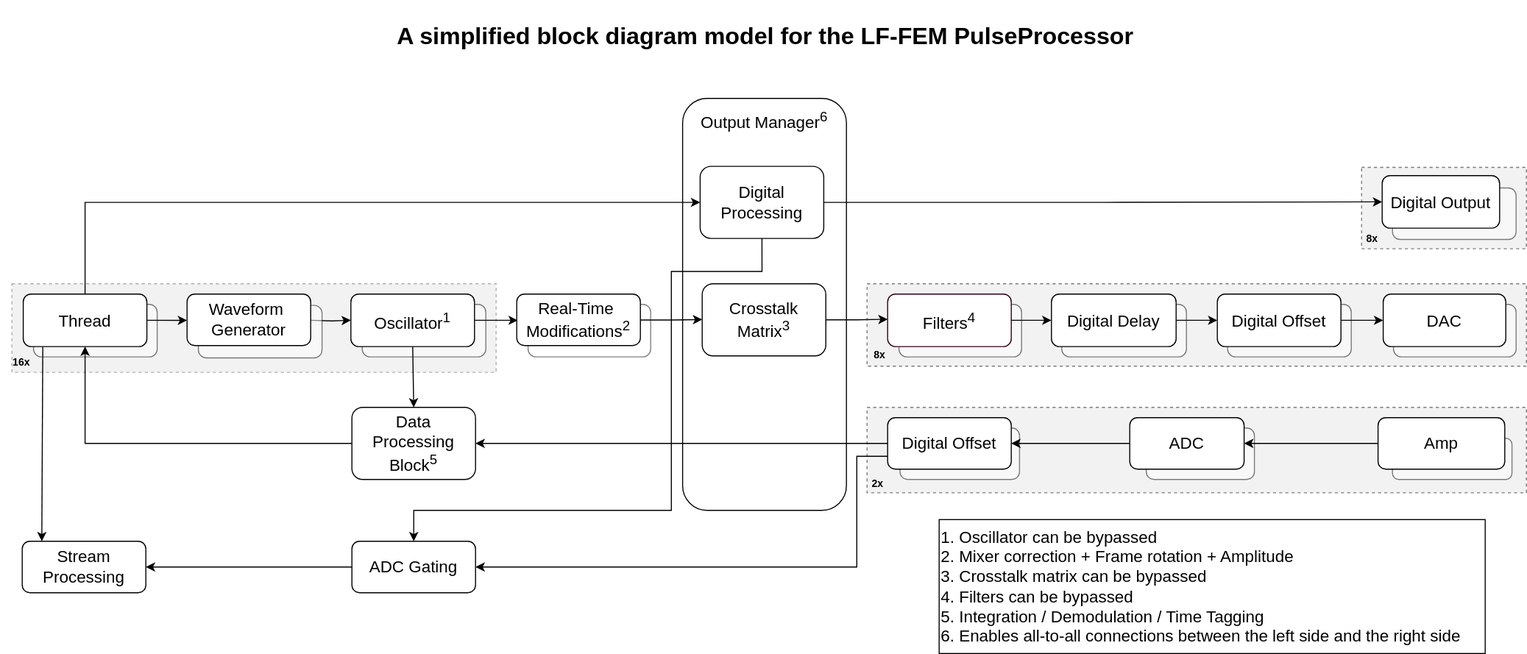
The draw.io diagram docs/Hardware/assets/LF-FEM_PPU_Block_Diagram.svg in qm-labs/qm-documentation-public, before a commit. Source tidied: cells renumbered, new cells last; positions are measured from the earlier drawing's top-left corner, leaving out a move shared by most shapes. Its diagram source:
```xml
<mxGraphModel>
  <root>
    <mxCell id="0" />
    <mxCell id="1" parent="0" />
    <mxCell id="2" style="rounded=0;whiteSpace=wrap;html=1;fontSize=12;strokeColor=default;opacity=50;dashed=1;fillColor=#E6E6E6;" parent="1" vertex="1">
      <mxGeometry x="841" y="395" width="640" height="83" as="geometry" />
    </mxCell>
    <mxCell id="3" value="00" style="rounded=0;whiteSpace=wrap;html=1;fontSize=12;strokeColor=default;opacity=50;dashed=1;fillColor=#E6E6E6;" parent="1" vertex="1">
      <mxGeometry x="1321" y="162" width="160" height="79" as="geometry" />
    </mxCell>
    <mxCell id="4" style="rounded=0;whiteSpace=wrap;html=1;fontSize=12;strokeColor=default;opacity=50;dashed=1;fillColor=#E6E6E6;" parent="1" vertex="1">
      <mxGeometry x="841" y="275" width="640" height="80" as="geometry" />
    </mxCell>
    <mxCell id="5" style="rounded=0;whiteSpace=wrap;html=1;fontSize=12;strokeColor=#666666;opacity=50;dashed=1;fillColor=#E6E6E6;fontColor=#333333;" parent="1" vertex="1">
      <mxGeometry x="11" y="275" width="470" height="86" as="geometry" />
    </mxCell>
    <mxCell id="6" style="rounded=1;whiteSpace=wrap;html=1;opacity=50;" parent="1" vertex="1">
      <mxGeometry x="1351" y="182" width="120" height="50" as="geometry" />
    </mxCell>
    <mxCell id="7" style="rounded=1;whiteSpace=wrap;html=1;opacity=50;" parent="1" vertex="1">
      <mxGeometry x="1191" y="295" width="120" height="51" as="geometry" />
    </mxCell>
    <mxCell id="8" style="rounded=1;whiteSpace=wrap;html=1;opacity=50;" parent="1" vertex="1">
      <mxGeometry x="1352" y="295" width="119" height="51" as="geometry" />
    </mxCell>
    <mxCell id="9" style="rounded=1;whiteSpace=wrap;html=1;" parent="1" vertex="1">
      <mxGeometry x="662" y="95" width="159" height="400" as="geometry" />
    </mxCell>
    <mxCell id="10" style="rounded=1;whiteSpace=wrap;html=1;opacity=50;" parent="1" vertex="1">
      <mxGeometry x="872" y="295" width="119" height="51" as="geometry" />
    </mxCell>
    <mxCell id="11" style="rounded=1;whiteSpace=wrap;html=1;opacity=50;" parent="1" vertex="1">
      <mxGeometry x="351" y="295" width="120" height="51" as="geometry" />
    </mxCell>
    <mxCell id="12" style="rounded=1;whiteSpace=wrap;html=1;opacity=50;" parent="1" vertex="1">
      <mxGeometry x="512" y="295" width="119" height="51" as="geometry" />
    </mxCell>
    <mxCell id="13" style="rounded=1;whiteSpace=wrap;html=1;opacity=50;" parent="1" vertex="1">
      <mxGeometry x="32" y="295" width="120" height="51" as="geometry" />
    </mxCell>
    <mxCell id="14" style="edgeStyle=orthogonalEdgeStyle;rounded=0;jettySize=auto;html=1;entryX=0;entryY=0.5;entryDx=0;entryDy=0;" parent="1" edge="1" source="16">
      <mxGeometry relative="1" as="geometry">
        <mxPoint x="502" y="310.5" as="targetPoint" />
      </mxGeometry>
    </mxCell>
    <mxCell id="15" style="edgeStyle=orthogonalEdgeStyle;rounded=0;jettySize=auto;html=1;exitX=0.5;exitY=1;exitDx=0;exitDy=0;entryX=0.5;entryY=0;entryDx=0;entryDy=0;" parent="1" edge="1" source="16" target="37">
      <mxGeometry relative="1" as="geometry">
        <Array as="points">
          <mxPoint x="401" y="336" />
        </Array>
      </mxGeometry>
    </mxCell>
    <mxCell id="16" value="&lt;font style=&quot;font-size: 16px;&quot;&gt;Oscillator&lt;sup style=&quot;&quot;&gt;1&lt;/sup&gt;&lt;/font&gt;" style="rounded=1;whiteSpace=wrap;html=1;strokeColor=#000000;" parent="1" vertex="1">
      <mxGeometry x="340" y="285" width="120" height="51" as="geometry" />
    </mxCell>
    <mxCell id="17" style="edgeStyle=orthogonalEdgeStyle;rounded=0;orthogonalLoop=1;jettySize=auto;html=1;exitX=1;exitY=0.5;exitDx=0;exitDy=0;entryX=0;entryY=0.5;entryDx=0;entryDy=0;" parent="1" edge="1">
      <mxGeometry relative="1" as="geometry">
        <mxPoint x="801" y="315" as="sourcePoint" />
        <mxPoint x="861" y="309.5" as="targetPoint" />
        <Array as="points">
          <mxPoint x="801" y="310" />
          <mxPoint x="831" y="310" />
        </Array>
      </mxGeometry>
    </mxCell>
    <mxCell id="18" value="&lt;font style=&quot;font-size: 16px;&quot;&gt;Crosstalk Matrix&lt;sup&gt;3&lt;/sup&gt;&lt;/font&gt;" style="rounded=1;whiteSpace=wrap;html=1;strokeColor=#000000;" parent="1" vertex="1">
      <mxGeometry x="681" y="275" width="120" height="70" as="geometry" />
    </mxCell>
    <mxCell id="19" style="edgeStyle=orthogonalEdgeStyle;rounded=0;jettySize=auto;html=1;" parent="1" edge="1" target="16">
      <mxGeometry relative="1" as="geometry">
        <mxPoint x="301" y="310.5" as="sourcePoint" />
      </mxGeometry>
    </mxCell>
    <mxCell id="20" style="edgeStyle=orthogonalEdgeStyle;rounded=0;jettySize=auto;html=1;exitX=0.5;exitY=0;exitDx=0;exitDy=0;entryX=0;entryY=0.5;entryDx=0;entryDy=0;" parent="1" edge="1" source="21" target="29">
      <mxGeometry relative="1" as="geometry" />
    </mxCell>
    <mxCell id="21" value="&lt;font style=&quot;font-size: 16px;&quot;&gt;Thread&lt;/font&gt;" style="rounded=1;whiteSpace=wrap;html=1;strokeColor=#000000;" parent="1" vertex="1">
      <mxGeometry x="22" y="285" width="120" height="51" as="geometry" />
    </mxCell>
    <mxCell id="22" value="&lt;font style=&quot;font-size: 10px;&quot;&gt;&lt;b style=&quot;font-size: 10px;&quot;&gt;16x&lt;/b&gt;&lt;/font&gt;" style="text;html=1;align=center;verticalAlign=middle;strokeColor=none;fillColor=none;fontStyle=0;fontSize=10;" parent="1" vertex="1">
      <mxGeometry y="336" width="40" height="30" as="geometry" />
    </mxCell>
    <mxCell id="23" value="&lt;font style=&quot;font-size: 16px;&quot;&gt;Filters&lt;sup style=&quot;&quot;&gt;4&lt;/sup&gt;&lt;/font&gt;" style="rounded=1;whiteSpace=wrap;html=1;strokeColor=#33001A;fontSize=16;" parent="1" vertex="1">
      <mxGeometry x="861" y="285" width="120" height="51" as="geometry" />
    </mxCell>
    <mxCell id="24" value="&lt;font style=&quot;font-size: 16px;&quot;&gt;DAC&lt;/font&gt;" style="rounded=1;whiteSpace=wrap;html=1;" parent="1" vertex="1">
      <mxGeometry x="1342" y="285" width="119" height="51" as="geometry" />
    </mxCell>
    <mxCell id="25" value="&lt;span style=&quot;font-size: 10px;&quot;&gt;&lt;b&gt;8x&lt;/b&gt;&lt;/span&gt;" style="text;html=1;align=center;verticalAlign=middle;strokeColor=none;fillColor=none;" parent="1" vertex="1">
      <mxGeometry x="833" y="329" width="40" height="30" as="geometry" />
    </mxCell>
    <mxCell id="26" value="&lt;font style=&quot;font-size: 16px;&quot;&gt;Output Manager&lt;sup&gt;6&lt;/sup&gt;&lt;/font&gt;" style="text;html=1;align=center;verticalAlign=middle;strokeColor=none;fillColor=none;" parent="1" vertex="1">
      <mxGeometry x="666" y="96" width="150" height="40" as="geometry" />
    </mxCell>
    <mxCell id="27" style="edgeStyle=orthogonalEdgeStyle;rounded=0;jettySize=auto;html=1;exitX=1;exitY=0.5;exitDx=0;exitDy=0;entryX=0;entryY=0.5;entryDx=0;entryDy=0;" parent="1" edge="1" source="29" target="30">
      <mxGeometry relative="1" as="geometry" />
    </mxCell>
    <mxCell id="28" style="edgeStyle=orthogonalEdgeStyle;rounded=0;jettySize=auto;html=1;exitX=0.5;exitY=1;exitDx=0;exitDy=0;fontSize=11;entryX=0.5;entryY=0;entryDx=0;entryDy=0;" parent="1" edge="1" source="29" target="41">
      <mxGeometry relative="1" as="geometry">
        <Array as="points">
          <mxPoint x="739" y="263" />
          <mxPoint x="651" y="263" />
          <mxPoint x="651" y="495" />
          <mxPoint x="401" y="495" />
        </Array>
      </mxGeometry>
    </mxCell>
    <mxCell id="29" value="&lt;font style=&quot;font-size: 16px;&quot;&gt;Digital Processing&lt;/font&gt;" style="rounded=1;whiteSpace=wrap;html=1;" parent="1" vertex="1">
      <mxGeometry x="679" y="161" width="120" height="70" as="geometry" />
    </mxCell>
    <mxCell id="30" value="&lt;font style=&quot;font-size: 16px;&quot;&gt;Digital Output&lt;/font&gt;" style="rounded=1;whiteSpace=wrap;html=1;" parent="1" vertex="1">
      <mxGeometry x="1341" y="170" width="114" height="51" as="geometry" />
    </mxCell>
    <mxCell id="31" style="edgeStyle=orthogonalEdgeStyle;rounded=0;jettySize=auto;html=1;exitX=1;exitY=0.5;exitDx=0;exitDy=0;entryX=0;entryY=0.5;entryDx=0;entryDy=0;" parent="1" edge="1" source="32" target="24">
      <mxGeometry relative="1" as="geometry" />
    </mxCell>
    <mxCell id="32" value="&lt;font style=&quot;font-size: 16px;&quot;&gt;Digital Offset&lt;/font&gt;" style="rounded=1;whiteSpace=wrap;html=1;" parent="1" vertex="1">
      <mxGeometry x="1181" y="285" width="120" height="51" as="geometry" />
    </mxCell>
    <mxCell id="33" value="&lt;font style=&quot;font-size: 10px;&quot;&gt;&lt;b&gt;8x&lt;/b&gt;&lt;/font&gt;" style="text;html=1;align=center;verticalAlign=middle;strokeColor=none;fillColor=none;" parent="1" vertex="1">
      <mxGeometry x="1316" y="216" width="30" height="30" as="geometry" />
    </mxCell>
    <mxCell id="34" style="edgeStyle=orthogonalEdgeStyle;rounded=0;jettySize=auto;html=1;exitX=0;exitY=0.5;exitDx=0;exitDy=0;entryX=1;entryY=0.5;entryDx=0;entryDy=0;" parent="1" edge="1" source="54" target="37">
      <mxGeometry relative="1" as="geometry" />
    </mxCell>
    <mxCell id="35" style="edgeStyle=orthogonalEdgeStyle;rounded=0;jettySize=auto;html=1;exitX=0;exitY=0.75;exitDx=0;exitDy=0;entryX=1;entryY=0.5;entryDx=0;entryDy=0;fontSize=11;" parent="1" edge="1" source="54" target="41">
      <mxGeometry relative="1" as="geometry">
        <Array as="points">
          <mxPoint x="831" y="443" />
          <mxPoint x="831" y="550" />
        </Array>
      </mxGeometry>
    </mxCell>
    <mxCell id="36" style="edgeStyle=orthogonalEdgeStyle;rounded=0;jettySize=auto;html=1;exitX=0;exitY=0.5;exitDx=0;exitDy=0;entryX=0.5;entryY=1;entryDx=0;entryDy=0;" parent="1" edge="1" source="37" target="21">
      <mxGeometry relative="1" as="geometry" />
    </mxCell>
    <mxCell id="37" value="&lt;font style=&quot;font-size: 16px;&quot;&gt;&lt;font style=&quot;font-size: 16px;&quot;&gt;Data &lt;br&gt;Processing&lt;br&gt;Block&lt;sup style=&quot;&quot;&gt;5&lt;/sup&gt;&lt;/font&gt;&lt;br&gt;&lt;/font&gt;" style="rounded=1;whiteSpace=wrap;html=1;" parent="1" vertex="1">
      <mxGeometry x="341" y="395" width="120" height="70" as="geometry" />
    </mxCell>
    <mxCell id="38" value="&lt;div align=&quot;left&quot; style=&quot;font-size: 16px;&quot;&gt;&lt;font style=&quot;font-size: 16px;&quot;&gt;1. Oscillator can be bypassed&lt;br&gt;2. Mixer correction + Frame rotation + Amplitude&lt;br&gt;3. Crosstalk matrix can be bypassed&lt;br&gt;4. Filters can be bypassed&lt;br&gt;5. Integration / Demodulation / Time Tagging&lt;/font&gt;&lt;/div&gt;&lt;div align=&quot;left&quot; style=&quot;font-size: 16px;&quot;&gt;&lt;font style=&quot;font-size: 16px;&quot;&gt;6. Enables all-to-all connections between the left side and the right side&lt;/font&gt;&lt;/div&gt;" style="text;html=1;align=left;verticalAlign=middle;strokeColor=default;fillColor=none;" parent="1" vertex="1">
      <mxGeometry x="911" y="504" width="530" height="130" as="geometry" />
    </mxCell>
    <mxCell id="39" value="&lt;font style=&quot;font-size: 16px;&quot;&gt;Stream Processing&lt;/font&gt;" style="rounded=1;whiteSpace=wrap;html=1;" parent="1" vertex="1">
      <mxGeometry x="21" y="525" width="120" height="50" as="geometry" />
    </mxCell>
    <mxCell id="40" style="edgeStyle=orthogonalEdgeStyle;rounded=0;jettySize=auto;html=1;exitX=0;exitY=0.5;exitDx=0;exitDy=0;entryX=1;entryY=0.5;entryDx=0;entryDy=0;fontSize=11;" parent="1" edge="1" source="41" target="39">
      <mxGeometry relative="1" as="geometry" />
    </mxCell>
    <mxCell id="41" value="&lt;font style=&quot;font-size: 16px;&quot;&gt;ADC Gating&lt;/font&gt;" style="rounded=1;whiteSpace=wrap;html=1;" parent="1" vertex="1">
      <mxGeometry x="341" y="525" width="120" height="50" as="geometry" />
    </mxCell>
    <mxCell id="42" value="&lt;font style=&quot;font-size: 10px;&quot;&gt;&lt;b&gt;2x&lt;/b&gt;&lt;/font&gt;" style="text;html=1;align=center;verticalAlign=middle;strokeColor=none;fillColor=none;" parent="1" vertex="1">
      <mxGeometry x="836" y="454" width="30" height="30" as="geometry" />
    </mxCell>
    <mxCell id="43" value="&lt;h2 style=&quot;&quot;&gt;&lt;font style=&quot;font-size: 23px;&quot;&gt;A simplified block diagram model for the LF-FEM PulseProcessor&lt;/font&gt;&lt;/h2&gt;" style="text;html=1;align=center;verticalAlign=middle;strokeColor=none;fillColor=none;fontSize=11;" parent="1" vertex="1">
      <mxGeometry x="371.5" width="740" height="70" as="geometry" />
    </mxCell>
    <mxCell id="44" style="rounded=1;whiteSpace=wrap;html=1;opacity=50;" parent="1" vertex="1">
      <mxGeometry x="1030" y="295" width="121" height="51" as="geometry" />
    </mxCell>
    <mxCell id="45" style="edgeStyle=orthogonalEdgeStyle;rounded=0;jettySize=auto;html=1;exitX=1;exitY=0.5;exitDx=0;exitDy=0;entryX=0;entryY=0.5;entryDx=0;entryDy=0;" parent="1" edge="1" source="46" target="32">
      <mxGeometry relative="1" as="geometry" />
    </mxCell>
    <mxCell id="46" value="&lt;font style=&quot;font-size: 16px;&quot;&gt;Digital Delay&lt;/font&gt;" style="rounded=1;whiteSpace=wrap;html=1;" parent="1" vertex="1">
      <mxGeometry x="1020" y="285" width="121" height="51" as="geometry" />
    </mxCell>
    <mxCell id="47" style="edgeStyle=orthogonalEdgeStyle;rounded=0;jettySize=auto;html=1;entryX=0;entryY=0.5;entryDx=0;entryDy=0;exitX=1;exitY=0.5;exitDx=0;exitDy=0;" parent="1" edge="1" source="23" target="46">
      <mxGeometry relative="1" as="geometry" />
    </mxCell>
    <mxCell id="48" style="rounded=1;whiteSpace=wrap;html=1;opacity=50;" parent="1" vertex="1">
      <mxGeometry x="1351" y="425" width="116" height="40" as="geometry" />
    </mxCell>
    <mxCell id="49" style="rounded=1;whiteSpace=wrap;html=1;opacity=50;" parent="1" vertex="1">
      <mxGeometry x="1112" y="415" width="105" height="50" as="geometry" />
    </mxCell>
    <mxCell id="50" style="rounded=1;whiteSpace=wrap;html=1;opacity=50;" parent="1" vertex="1">
      <mxGeometry x="873" y="415" width="116" height="50" as="geometry" />
    </mxCell>
    <mxCell id="51" value="&lt;font style=&quot;font-size: 16px;&quot;&gt;ADC&lt;/font&gt;" style="rounded=1;whiteSpace=wrap;html=1;" parent="1" vertex="1">
      <mxGeometry x="1096" y="405" width="111" height="50" as="geometry" />
    </mxCell>
    <mxCell id="52" style="edgeStyle=orthogonalEdgeStyle;rounded=0;jettySize=auto;html=1;entryX=1;entryY=0.5;entryDx=0;entryDy=0;" parent="1" edge="1" source="53" target="51">
      <mxGeometry relative="1" as="geometry" />
    </mxCell>
    <mxCell id="53" value="&lt;font style=&quot;font-size: 16px;&quot;&gt;Amp&lt;/font&gt;" style="rounded=1;whiteSpace=wrap;html=1;" parent="1" vertex="1">
      <mxGeometry x="1337" y="405" width="123" height="50" as="geometry" />
    </mxCell>
    <mxCell id="54" value="&lt;font style=&quot;font-size: 16px;&quot;&gt;Digital Offset&lt;/font&gt;" style="rounded=1;whiteSpace=wrap;html=1;fontSize=16;" parent="1" vertex="1">
      <mxGeometry x="861" y="405" width="120" height="50" as="geometry" />
    </mxCell>
    <mxCell id="55" style="edgeStyle=orthogonalEdgeStyle;rounded=0;jettySize=auto;html=1;" parent="1" edge="1" source="51" target="54">
      <mxGeometry relative="1" as="geometry" />
    </mxCell>
    <mxCell id="56" style="edgeStyle=orthogonalEdgeStyle;rounded=0;orthogonalLoop=1;jettySize=auto;html=1;exitX=1;exitY=0.5;exitDx=0;exitDy=0;entryX=0;entryY=0.5;entryDx=0;entryDy=0;" parent="1" edge="1">
      <mxGeometry relative="1" as="geometry">
        <mxPoint x="621" y="315.2" as="sourcePoint" />
        <mxPoint x="681" y="309.8" as="targetPoint" />
        <Array as="points">
          <mxPoint x="621" y="310.2" />
          <mxPoint x="651" y="310.2" />
        </Array>
      </mxGeometry>
    </mxCell>
    <mxCell id="57" style="rounded=1;whiteSpace=wrap;html=1;opacity=50;" parent="1" vertex="1">
      <mxGeometry x="192" y="296" width="120" height="51" as="geometry" />
    </mxCell>
    <mxCell id="58" style="edgeStyle=orthogonalEdgeStyle;rounded=0;orthogonalLoop=1;jettySize=auto;html=1;" parent="1" edge="1">
      <mxGeometry relative="1" as="geometry">
        <mxPoint x="142" y="310.5" as="sourcePoint" />
        <mxPoint x="181" y="310.5" as="targetPoint" />
      </mxGeometry>
    </mxCell>
    <mxCell id="59" value="&lt;font style=&quot;font-size: 16px;&quot;&gt;Waveform&amp;nbsp;&lt;br&gt;Generator&lt;br&gt;&lt;/font&gt;" style="rounded=1;whiteSpace=wrap;html=1;" parent="1" vertex="1">
      <mxGeometry x="181" y="285" width="120" height="50" as="geometry" />
    </mxCell>
    <mxCell id="60" style="endArrow=classic;html=1;rounded=0;fontSize=10;exitX=0.158;exitY=1.026;exitDx=0;exitDy=0;exitPerimeter=0;" parent="1" edge="1">
      <mxGeometry relative="1" as="geometry">
        <mxPoint x="41" y="336.3" as="sourcePoint" />
        <mxPoint x="40" y="525" as="targetPoint" />
      </mxGeometry>
    </mxCell>
    <mxCell id="61" value="&lt;font style=&quot;font-size: 16px;&quot;&gt;Real-Time&amp;nbsp;&lt;br&gt;Modifications&lt;sup&gt;2&lt;/sup&gt;&lt;br&gt;&lt;/font&gt;" style="rounded=1;whiteSpace=wrap;html=1;" parent="1" vertex="1">
      <mxGeometry x="501" y="285" width="120" height="50" as="geometry" />
    </mxCell>
  </root>
</mxGraphModel>
```
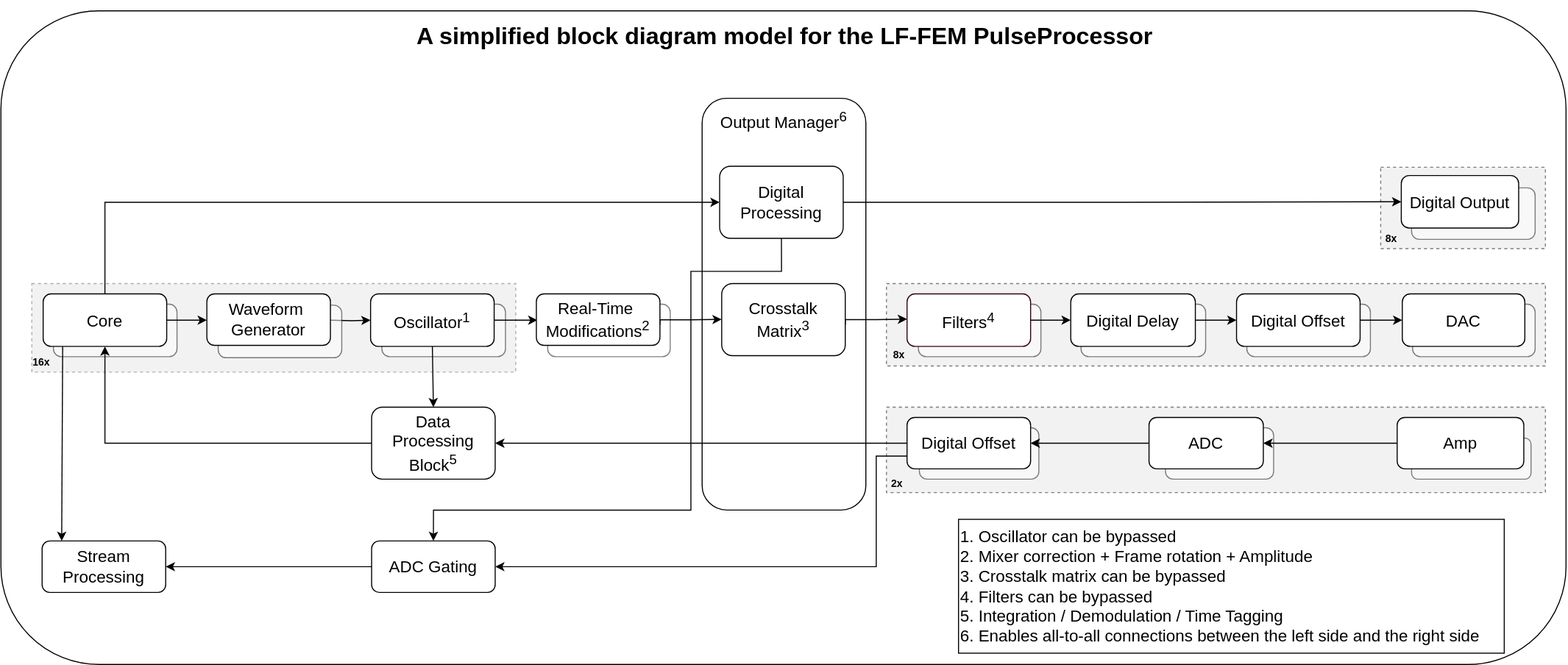
Later version of the same file.

Change to the diagram source:
```diff
@@ -2,6 +2,9 @@
   <root>
     <mxCell id="0" />
     <mxCell id="1" parent="0" />
+    <mxCell id="62" style="rounded=1;whiteSpace=wrap;html=1;" parent="1" vertex="1">
+      <mxGeometry x="-19" y="10" width="1520" height="635" as="geometry" />
+    </mxCell>
     <mxCell id="2" style="rounded=0;whiteSpace=wrap;html=1;fontSize=12;strokeColor=default;opacity=50;dashed=1;fillColor=#E6E6E6;" parent="1" vertex="1">
       <mxGeometry x="841" y="395" width="640" height="83" as="geometry" />
     </mxCell>
@@ -74,7 +77,7 @@
     <mxCell id="20" style="edgeStyle=orthogonalEdgeStyle;rounded=0;jettySize=auto;html=1;exitX=0.5;exitY=0;exitDx=0;exitDy=0;entryX=0;entryY=0.5;entryDx=0;entryDy=0;" parent="1" edge="1" source="21" target="29">
       <mxGeometry relative="1" as="geometry" />
     </mxCell>
-    <mxCell id="21" value="&lt;font style=&quot;font-size: 16px;&quot;&gt;Thread&lt;/font&gt;" style="rounded=1;whiteSpace=wrap;html=1;strokeColor=#000000;" parent="1" vertex="1">
+    <mxCell id="21" value="&lt;font style=&quot;font-size: 16px;&quot;&gt;Core&lt;/font&gt;" style="rounded=1;whiteSpace=wrap;html=1;strokeColor=#000000;" parent="1" vertex="1">
       <mxGeometry x="22" y="285" width="120" height="51" as="geometry" />
     </mxCell>
     <mxCell id="22" value="&lt;font style=&quot;font-size: 10px;&quot;&gt;&lt;b style=&quot;font-size: 10px;&quot;&gt;16x&lt;/b&gt;&lt;/font&gt;" style="text;html=1;align=center;verticalAlign=middle;strokeColor=none;fillColor=none;fontStyle=0;fontSize=10;" parent="1" vertex="1">
```
